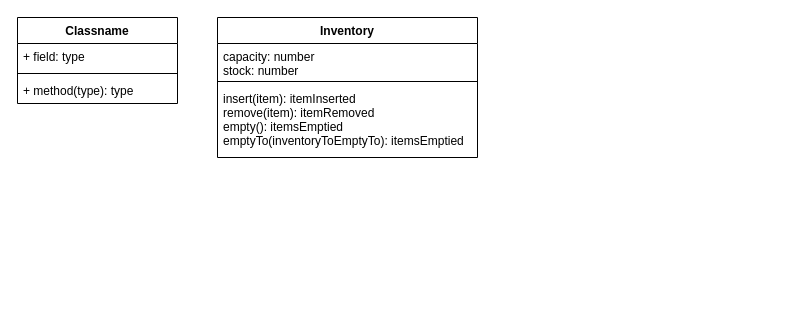
The draw.io diagram UML Examples.drawio in dogou77/First-CSCS1240, before the edit. Source tidied: cells renumbered, new cells numbered last; positions are measured from the earlier drawing's top-left corner, leaving out a move shared by most shapes. Both pictures are drawn from the tidied source at 100%, with x=0, y=0 at pixel (17, 17).
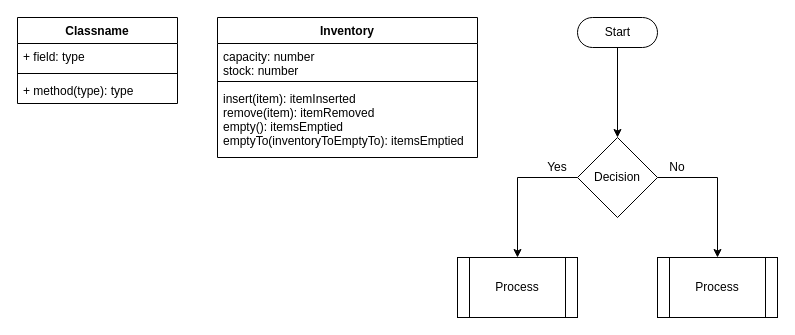
The same diagram, later.

Commit message:
Added flowchart example

Diff of the diagram source:
```diff
@@
 <mxGraphModel>
   <root>
     <mxCell id="0" />
     <mxCell id="1" parent="0" />
     <mxCell id="2" value="Classname" style="swimlane;fontStyle=1;align=center;verticalAlign=top;horizontal=1;startSize=26;" parent="1" vertex="1">
       <mxGeometry width="160" height="86" as="geometry" />
     </mxCell>
     <mxCell id="3" value="+ field: type" style="text;strokeColor=none;fillColor=none;align=left;verticalAlign=top;spacingLeft=4;spacingRight=4;overflow=hidden;" parent="2" vertex="1">
       <mxGeometry y="26" width="160" height="26" as="geometry" />
     </mxCell>
     <mxCell id="4" style="line;strokeWidth=1;fillColor=none;align=left;verticalAlign=middle;spacingTop=-1;spacingLeft=3;spacingRight=3;labelPosition=right;" parent="2" vertex="1">
       <mxGeometry y="52" width="160" height="8" as="geometry" />
     </mxCell>
     <mxCell id="5" value="+ method(type): type" style="text;strokeColor=none;fillColor=none;align=left;verticalAlign=top;spacingLeft=4;spacingRight=4;overflow=hidden;" parent="2" vertex="1">
       <mxGeometry y="60" width="160" height="26" as="geometry" />
     </mxCell>
     <mxCell id="6" value="Inventory" style="swimlane;fontStyle=1;align=center;verticalAlign=top;horizontal=1;startSize=26;" parent="1" vertex="1">
       <mxGeometry x="200" width="260" height="140" as="geometry" />
     </mxCell>
     <mxCell id="7" value="capacity: number&#10;stock: number" style="text;strokeColor=none;fillColor=none;align=left;verticalAlign=top;spacingLeft=4;spacingRight=4;overflow=hidden;" parent="6" vertex="1">
       <mxGeometry y="26" width="260" height="34" as="geometry" />
     </mxCell>
     <mxCell id="8" style="line;strokeWidth=1;fillColor=none;align=left;verticalAlign=middle;spacingTop=-1;spacingLeft=3;spacingRight=3;labelPosition=right;" parent="6" vertex="1">
       <mxGeometry y="60" width="260" height="8" as="geometry" />
     </mxCell>
     <mxCell id="9" value="insert(item): itemInserted&#10;remove(item): itemRemoved&#10;empty(): itemsEmptied&#10;emptyTo(inventoryToEmptyTo): itemsEmptied" style="text;strokeColor=none;fillColor=none;align=left;verticalAlign=top;spacingLeft=4;spacingRight=4;overflow=hidden;" parent="6" vertex="1">
       <mxGeometry y="68" width="260" height="72" as="geometry" />
     </mxCell>
+    <mxCell id="10" style="edgeStyle=orthogonalEdgeStyle;rounded=0;jettySize=auto;html=1;exitX=0.5;exitY=0.5;exitDx=0;exitDy=15;exitPerimeter=0;entryX=0.5;entryY=0;entryDx=0;entryDy=0;" parent="1" edge="1" source="11" target="14">
+      <mxGeometry relative="1" as="geometry" />
+    </mxCell>
+    <mxCell id="11" value="Start" style="html=1;dashed=0;whitespace=wrap;shape=mxgraph.dfd.start;" parent="1" vertex="1">
+      <mxGeometry x="560" width="80" height="30" as="geometry" />
+    </mxCell>
+    <mxCell id="12" style="edgeStyle=orthogonalEdgeStyle;rounded=0;jettySize=auto;html=1;exitX=1;exitY=0.5;exitDx=0;exitDy=0;entryX=0.5;entryY=0;entryDx=0;entryDy=0;" parent="1" edge="1" source="14" target="16">
+      <mxGeometry relative="1" as="geometry" />
+    </mxCell>
+    <mxCell id="13" style="edgeStyle=orthogonalEdgeStyle;rounded=0;jettySize=auto;html=1;exitX=0;exitY=0.5;exitDx=0;exitDy=0;entryX=0.5;entryY=0;entryDx=0;entryDy=0;" parent="1" edge="1" source="14" target="15">
+      <mxGeometry relative="1" as="geometry" />
+    </mxCell>
+    <mxCell id="14" value="Decision" style="rhombus;whiteSpace=wrap;html=1;" parent="1" vertex="1">
+      <mxGeometry x="560" y="120" width="80" height="80" as="geometry" />
+    </mxCell>
+    <mxCell id="15" value="Process" style="shape=process;whiteSpace=wrap;html=1;backgroundOutline=1;" parent="1" vertex="1">
+      <mxGeometry x="440" y="240" width="120" height="60" as="geometry" />
+    </mxCell>
+    <mxCell id="16" value="Process" style="shape=process;whiteSpace=wrap;html=1;backgroundOutline=1;" parent="1" vertex="1">
+      <mxGeometry x="640" y="240" width="120" height="60" as="geometry" />
+    </mxCell>
+    <mxCell id="17" value="Yes" style="text;html=1;strokeColor=none;fillColor=none;align=center;verticalAlign=middle;whiteSpace=wrap;rounded=0;" parent="1" vertex="1">
+      <mxGeometry x="520" y="140" width="40" height="20" as="geometry" />
+    </mxCell>
+    <mxCell id="18" value="No" style="text;html=1;strokeColor=none;fillColor=none;align=center;verticalAlign=middle;whiteSpace=wrap;rounded=0;" parent="1" vertex="1">
+      <mxGeometry x="640" y="140" width="40" height="20" as="geometry" />
+    </mxCell>
   </root>
 </mxGraphModel>
```
